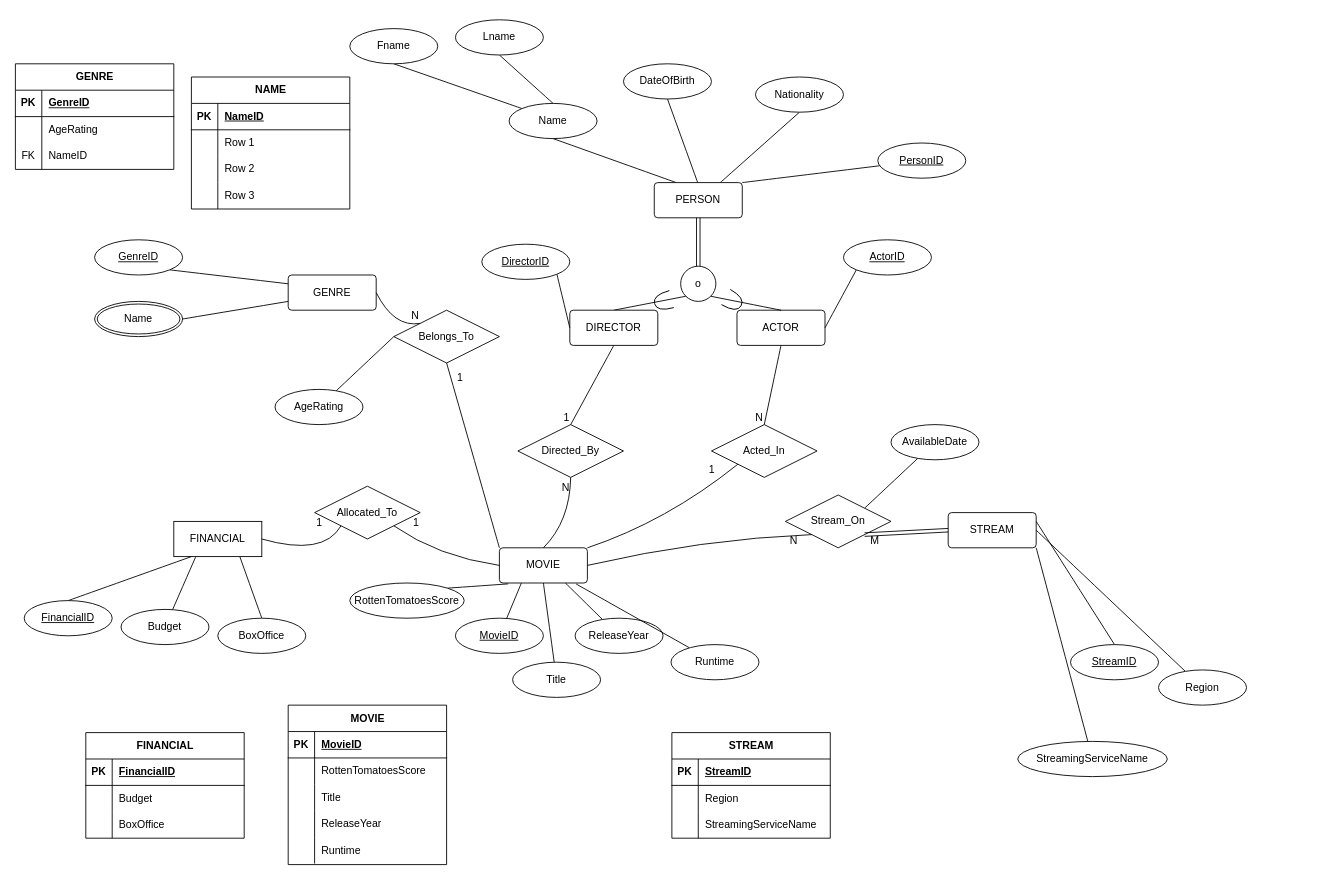
miguelTrC/MovieBaseDB keeps this draw.io diagram as MovieBaseEER.drawio. Above is the earlier version. Source tidied: cells renumbered, new cells numbered last; positions are measured from the earlier drawing's top-left corner, leaving out a move shared by most shapes. Both pictures are drawn from the tidied source at 88%, with x=0, y=0 at pixel (15, 19).
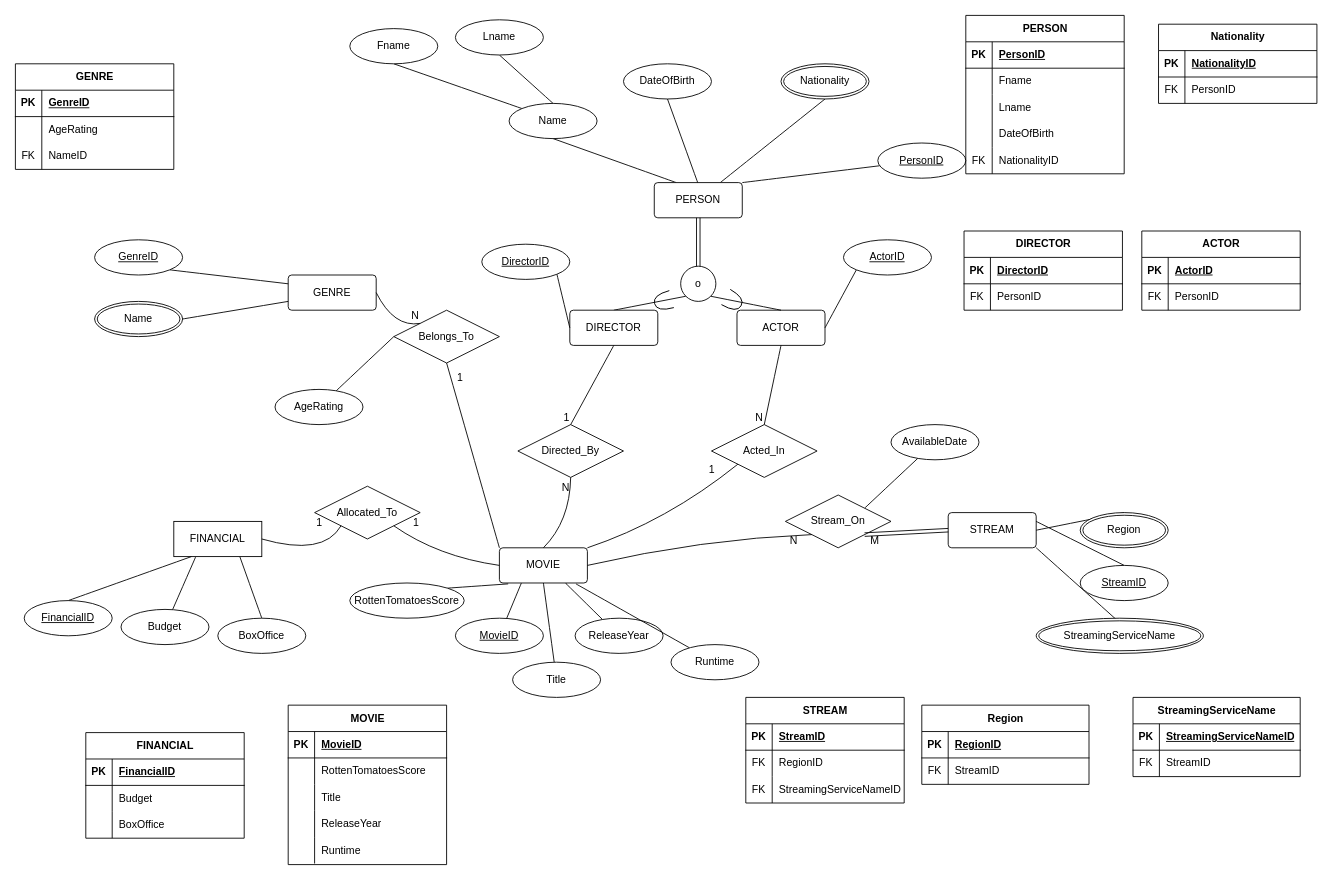
The same diagram, later.

Commit message:
All entities and multi-valued attributes have thier relations tables. Need to work on Relationships to relations table

Unchanged cells that the change refers to:
```xml
<mxCell id="10" value="PERSON" style="rounded=1;arcSize=10;whiteSpace=wrap;html=1;align=center;" parent="1" vertex="1">
  <mxGeometry x="726" y="185" width="100" height="40" as="geometry" />
</mxCell>
<mxCell id="13" value="&lt;div&gt;STREAM&lt;/div&gt;" style="rounded=1;arcSize=10;whiteSpace=wrap;html=1;align=center;" parent="1" vertex="1">
  <mxGeometry x="1060" y="560" width="100" height="40" as="geometry" />
</mxCell>
<mxCell id="106" style="shape=tableRow;horizontal=0;startSize=0;swimlaneHead=0;swimlaneBody=0;fillColor=none;top=0;left=0;right=0;bottom=0;" parent="102" vertex="1">
  <mxGeometry y="60" width="180" height="30" as="geometry" />
</mxCell>
<mxCell id="109" style="shape=tableRow;horizontal=0;startSize=0;swimlaneHead=0;swimlaneBody=0;fillColor=none;top=0;left=0;right=0;bottom=0;" parent="102" vertex="1">
  <mxGeometry y="90" width="180" height="30" as="geometry" />
</mxCell>
```

What changed in the source:
```diff
@@
-    <mxCell id="4" style="endArrow=none;html=1;rounded=0;fontSize=12;startSize=8;endSize=8;curved=1;exitX=0.75;exitY=0;exitDx=0;exitDy=0;entryX=0.5;entryY=1;entryDx=0;entryDy=0;" parent="1" edge="1" source="10" target="16">
+    <mxCell id="4" style="endArrow=none;html=1;rounded=0;fontSize=12;startSize=8;endSize=8;curved=1;exitX=0.75;exitY=0;exitDx=0;exitDy=0;entryX=0.5;entryY=1;entryDx=0;entryDy=0;" parent="1" edge="1" source="10" target="161">
       <mxGeometry relative="1" as="geometry" />
     </mxCell>
@@
-    <mxCell id="16" value="Nationality" style="ellipse;whiteSpace=wrap;html=1;align=center;" parent="1" vertex="1">
-      <mxGeometry x="841" y="65" width="100" height="40" as="geometry" />
-    </mxCell>
@@
-    <mxCell id="37" style="endArrow=none;html=1;rounded=0;fontSize=12;startSize=8;endSize=8;curved=1;exitX=1;exitY=1;exitDx=0;exitDy=0;" parent="1" edge="1" source="13" target="38">
+    <mxCell id="37" style="endArrow=none;html=1;rounded=0;fontSize=12;startSize=8;endSize=8;curved=1;exitX=1;exitY=1;exitDx=0;exitDy=0;entryX=0.511;entryY=0.175;entryDx=0;entryDy=0;entryPerimeter=0;" parent="1" edge="1" source="13" target="176">
       <mxGeometry relative="1" as="geometry" />
     </mxCell>
-    <mxCell id="38" value="StreamingServiceName" style="ellipse;whiteSpace=wrap;html=1;align=center;" parent="1" vertex="1">
-      <mxGeometry x="1139" y="820" width="170" height="40" as="geometry" />
-    </mxCell>
@@
-    <mxCell id="41" style="endArrow=none;html=1;rounded=0;fontSize=12;startSize=8;endSize=8;curved=1;exitX=1;exitY=0.5;exitDx=0;exitDy=0;" parent="1" edge="1" source="13" target="42">
+    <mxCell id="41" style="endArrow=none;html=1;rounded=0;fontSize=12;startSize=8;endSize=8;curved=1;exitX=1;exitY=0.5;exitDx=0;exitDy=0;entryX=0.5;entryY=0;entryDx=0;entryDy=0;" parent="1" edge="1" source="13" target="177">
       <mxGeometry relative="1" as="geometry" />
     </mxCell>
-    <mxCell id="42" value="Region" style="ellipse;whiteSpace=wrap;html=1;align=center;" parent="1" vertex="1">
-      <mxGeometry x="1299" y="738.8" width="100" height="40" as="geometry" />
-    </mxCell>
@@
     <mxCell id="46" value="StreamID" style="ellipse;whiteSpace=wrap;html=1;align=center;fontStyle=4;" parent="1" vertex="1">
-      <mxGeometry x="1199" y="710" width="100" height="40" as="geometry" />
+      <mxGeometry x="1210" y="620" width="100" height="40" as="geometry" />
     </mxCell>
@@
     <mxCell id="102" value="STREAM" style="shape=table;startSize=30;childLayout=tableLayout;rowLines=0;fontStyle=1;align=center;html=1;" parent="1" vertex="1">
-      <mxGeometry x="746" y="810" width="180" height="120" as="geometry" />
+      <mxGeometry x="830" y="770" width="180" height="120" as="geometry" />
     </mxCell>
@@
-    <mxCell id="107" style="shape=partialRectangle;fillColor=none;top=0;left=0;bottom=0;right=0;overflow=hidden;whiteSpace=wrap;html=1;" parent="106" vertex="1">
+    <mxCell id="107" value="FK" style="shape=partialRectangle;fillColor=none;top=0;left=0;bottom=0;right=0;overflow=hidden;whiteSpace=wrap;html=1;" parent="106" vertex="1">
       <mxGeometry width="30" height="30" as="geometry" />
     </mxCell>
-    <mxCell id="108" value="Region" style="shape=partialRectangle;fillColor=none;top=0;left=0;bottom=0;right=0;align=left;spacingLeft=6;overflow=hidden;whiteSpace=wrap;html=1;" parent="106" vertex="1">
+    <mxCell id="108" value="RegionID" style="shape=partialRectangle;fillColor=none;top=0;left=0;bottom=0;right=0;align=left;spacingLeft=6;overflow=hidden;whiteSpace=wrap;html=1;" parent="106" vertex="1">
       <mxGeometry x="30" width="150" height="30" as="geometry" />
     </mxCell>
@@
-    <mxCell id="110" style="shape=partialRectangle;fillColor=none;top=0;left=0;bottom=0;right=0;overflow=hidden;whiteSpace=wrap;html=1;" parent="109" vertex="1">
+    <mxCell id="110" value="FK" style="shape=partialRectangle;fillColor=none;top=0;left=0;bottom=0;right=0;overflow=hidden;whiteSpace=wrap;html=1;" parent="109" vertex="1">
       <mxGeometry width="30" height="30" as="geometry" />
     </mxCell>
-    <mxCell id="111" value="StreamingServiceName" style="shape=partialRectangle;fillColor=none;top=0;left=0;bottom=0;right=0;align=left;spacingLeft=6;overflow=hidden;whiteSpace=wrap;html=1;" parent="109" vertex="1">
+    <mxCell id="111" value="StreamingServiceNameID" style="shape=partialRectangle;fillColor=none;top=0;left=0;bottom=0;right=0;align=left;spacingLeft=6;overflow=hidden;whiteSpace=wrap;html=1;" parent="109" vertex="1">
       <mxGeometry x="30" width="150" height="30" as="geometry" />
     </mxCell>
@@
-    <mxCell id="132" value="NAME" style="shape=table;startSize=30;childLayout=tableLayout;rowLines=0;fontStyle=1;align=center;html=1;" parent="1" vertex="1">
-      <mxGeometry x="200" y="65" width="180" height="150" as="geometry" />
-    </mxCell>
-    <mxCell id="133" style="shape=tableRow;horizontal=0;startSize=0;swimlaneHead=0;swimlaneBody=0;fillColor=none;top=0;left=0;right=0;bottom=1;" parent="132" vertex="1">
-      <mxGeometry y="30" width="180" height="30" as="geometry" />
-    </mxCell>
-    <mxCell id="134" value="PK" style="shape=partialRectangle;fillColor=none;top=0;left=0;bottom=0;right=0;fontStyle=1;overflow=hidden;whiteSpace=wrap;html=1;" parent="133" vertex="1">
-      <mxGeometry width="30" height="30" as="geometry" />
-    </mxCell>
-    <mxCell id="135" value="NameID" style="shape=partialRectangle;fillColor=none;top=0;left=0;bottom=0;right=0;align=left;spacingLeft=6;fontStyle=5;overflow=hidden;whiteSpace=wrap;html=1;" parent="133" vertex="1">
-      <mxGeometry x="30" width="150" height="30" as="geometry" />
-    </mxCell>
-    <mxCell id="136" style="shape=tableRow;horizontal=0;startSize=0;swimlaneHead=0;swimlaneBody=0;fillColor=none;top=0;left=0;right=0;bottom=0;" parent="132" vertex="1">
-      <mxGeometry y="60" width="180" height="30" as="geometry" />
-    </mxCell>
-    <mxCell id="137" style="shape=partialRectangle;fillColor=none;top=0;left=0;bottom=0;right=0;overflow=hidden;whiteSpace=wrap;html=1;" parent="136" vertex="1">
-      <mxGeometry width="30" height="30" as="geometry" />
-    </mxCell>
-    <mxCell id="138" value="Row 1" style="shape=partialRectangle;fillColor=none;top=0;left=0;bottom=0;right=0;align=left;spacingLeft=6;overflow=hidden;whiteSpace=wrap;html=1;" parent="136" vertex="1">
-      <mxGeometry x="30" width="150" height="30" as="geometry" />
-    </mxCell>
-    <mxCell id="139" style="shape=tableRow;horizontal=0;startSize=0;swimlaneHead=0;swimlaneBody=0;fillColor=none;top=0;left=0;right=0;bottom=0;" parent="132" vertex="1">
-      <mxGeometry y="90" width="180" height="30" as="geometry" />
-    </mxCell>
-    <mxCell id="140" style="shape=partialRectangle;fillColor=none;top=0;left=0;bottom=0;right=0;overflow=hidden;whiteSpace=wrap;html=1;" parent="139" vertex="1">
-      <mxGeometry width="30" height="30" as="geometry" />
-    </mxCell>
-    <mxCell id="141" value="Row 2" style="shape=partialRectangle;fillColor=none;top=0;left=0;bottom=0;right=0;align=left;spacingLeft=6;overflow=hidden;whiteSpace=wrap;html=1;" parent="139" vertex="1">
-      <mxGeometry x="30" width="150" height="30" as="geometry" />
-    </mxCell>
-    <mxCell id="142" style="shape=tableRow;horizontal=0;startSize=0;swimlaneHead=0;swimlaneBody=0;fillColor=none;top=0;left=0;right=0;bottom=0;" parent="132" vertex="1">
-      <mxGeometry y="120" width="180" height="30" as="geometry" />
-    </mxCell>
-    <mxCell id="143" style="shape=partialRectangle;fillColor=none;top=0;left=0;bottom=0;right=0;overflow=hidden;whiteSpace=wrap;html=1;" parent="142" vertex="1">
-      <mxGeometry width="30" height="30" as="geometry" />
-    </mxCell>
-    <mxCell id="144" value="Row 3" style="shape=partialRectangle;fillColor=none;top=0;left=0;bottom=0;right=0;align=left;spacingLeft=6;overflow=hidden;whiteSpace=wrap;html=1;" parent="142" vertex="1">
-      <mxGeometry x="30" width="150" height="30" as="geometry" />
-    </mxCell>
@@
+    <mxCell id="147" value="PERSON" style="shape=table;startSize=30;childLayout=tableLayout;rowLines=0;fontStyle=1;align=center;html=1;" parent="1" vertex="1">
+      <mxGeometry x="1080" y="-5" width="180" height="180" as="geometry" />
+    </mxCell>
+    <mxCell id="148" style="shape=tableRow;horizontal=0;startSize=0;swimlaneHead=0;swimlaneBody=0;fillColor=none;top=0;left=0;right=0;bottom=1;" parent="147" vertex="1">
+      <mxGeometry y="30" width="180" height="30" as="geometry" />
+    </mxCell>
+    <mxCell id="149" value="PK" style="shape=partialRectangle;fillColor=none;top=0;left=0;bottom=0;right=0;fontStyle=1;overflow=hidden;whiteSpace=wrap;html=1;" parent="148" vertex="1">
+      <mxGeometry width="30" height="30" as="geometry" />
+    </mxCell>
+    <mxCell id="150" value="PersonID" style="shape=partialRectangle;fillColor=none;top=0;left=0;bottom=0;right=0;align=left;spacingLeft=6;fontStyle=5;overflow=hidden;whiteSpace=wrap;html=1;" parent="148" vertex="1">
+      <mxGeometry x="30" width="150" height="30" as="geometry" />
+    </mxCell>
+    <mxCell id="151" style="shape=tableRow;horizontal=0;startSize=0;swimlaneHead=0;swimlaneBody=0;fillColor=none;top=0;left=0;right=0;bottom=0;" parent="147" vertex="1">
+      <mxGeometry y="60" width="180" height="30" as="geometry" />
+    </mxCell>
+    <mxCell id="152" style="shape=partialRectangle;fillColor=none;top=0;left=0;bottom=0;right=0;overflow=hidden;whiteSpace=wrap;html=1;" parent="151" vertex="1">
+      <mxGeometry width="30" height="30" as="geometry" />
+    </mxCell>
+    <mxCell id="153" value="Fname" style="shape=partialRectangle;fillColor=none;top=0;left=0;bottom=0;right=0;align=left;spacingLeft=6;overflow=hidden;whiteSpace=wrap;html=1;" parent="151" vertex="1">
+      <mxGeometry x="30" width="150" height="30" as="geometry" />
+    </mxCell>
+    <mxCell id="139" style="shape=tableRow;horizontal=0;startSize=0;swimlaneHead=0;swimlaneBody=0;fillColor=none;top=0;left=0;right=0;bottom=0;" parent="147" vertex="1">
+      <mxGeometry y="90" width="180" height="30" as="geometry" />
+    </mxCell>
+    <mxCell id="154" style="shape=partialRectangle;fillColor=none;top=0;left=0;bottom=0;right=0;overflow=hidden;whiteSpace=wrap;html=1;" parent="139" vertex="1">
+      <mxGeometry width="30" height="30" as="geometry" />
+    </mxCell>
+    <mxCell id="155" value="Lname" style="shape=partialRectangle;fillColor=none;top=0;left=0;bottom=0;right=0;align=left;spacingLeft=6;overflow=hidden;whiteSpace=wrap;html=1;" parent="139" vertex="1">
+      <mxGeometry x="30" width="150" height="30" as="geometry" />
+    </mxCell>
+    <mxCell id="142" style="shape=tableRow;horizontal=0;startSize=0;swimlaneHead=0;swimlaneBody=0;fillColor=none;top=0;left=0;right=0;bottom=0;" parent="147" vertex="1">
+      <mxGeometry y="120" width="180" height="30" as="geometry" />
+    </mxCell>
+    <mxCell id="156" style="shape=partialRectangle;fillColor=none;top=0;left=0;bottom=0;right=0;overflow=hidden;whiteSpace=wrap;html=1;" parent="142" vertex="1">
+      <mxGeometry width="30" height="30" as="geometry" />
+    </mxCell>
+    <mxCell id="157" value="DateOfBirth" style="shape=partialRectangle;fillColor=none;top=0;left=0;bottom=0;right=0;align=left;spacingLeft=6;overflow=hidden;whiteSpace=wrap;html=1;" parent="142" vertex="1">
+      <mxGeometry x="30" width="150" height="30" as="geometry" />
+    </mxCell>
+    <mxCell id="158" style="shape=tableRow;horizontal=0;startSize=0;swimlaneHead=0;swimlaneBody=0;fillColor=none;top=0;left=0;right=0;bottom=0;" parent="147" vertex="1">
+      <mxGeometry y="150" width="180" height="30" as="geometry" />
+    </mxCell>
+    <mxCell id="159" value="FK" style="shape=partialRectangle;fillColor=none;top=0;left=0;bottom=0;right=0;overflow=hidden;whiteSpace=wrap;html=1;" parent="158" vertex="1">
+      <mxGeometry width="30" height="30" as="geometry" />
+    </mxCell>
+    <mxCell id="160" value="NationalityID" style="shape=partialRectangle;fillColor=none;top=0;left=0;bottom=0;right=0;align=left;spacingLeft=6;overflow=hidden;whiteSpace=wrap;html=1;" parent="158" vertex="1">
+      <mxGeometry x="30" width="150" height="30" as="geometry" />
+    </mxCell>
+    <mxCell id="161" value="Nationality" style="ellipse;shape=doubleEllipse;margin=3;whiteSpace=wrap;html=1;align=center;" parent="1" vertex="1">
+      <mxGeometry x="870" y="50" width="100" height="40" as="geometry" />
+    </mxCell>
+    <mxCell id="162" value="Nationality" style="shape=table;startSize=30;childLayout=tableLayout;rowLines=0;fontStyle=1;align=center;html=1;" parent="1" vertex="1">
+      <mxGeometry x="1299" y="5" width="180" height="90" as="geometry" />
+    </mxCell>
+    <mxCell id="163" style="shape=tableRow;horizontal=0;startSize=0;swimlaneHead=0;swimlaneBody=0;fillColor=none;top=0;left=0;right=0;bottom=1;" parent="162" vertex="1">
+      <mxGeometry y="30" width="180" height="30" as="geometry" />
+    </mxCell>
+    <mxCell id="164" value="PK" style="shape=partialRectangle;fillColor=none;top=0;left=0;bottom=0;right=0;fontStyle=1;overflow=hidden;whiteSpace=wrap;html=1;" parent="163" vertex="1">
+      <mxGeometry width="30" height="30" as="geometry" />
+    </mxCell>
+    <mxCell id="165" value="NationalityID" style="shape=partialRectangle;fillColor=none;top=0;left=0;bottom=0;right=0;align=left;spacingLeft=6;fontStyle=5;overflow=hidden;whiteSpace=wrap;html=1;" parent="163" vertex="1">
+      <mxGeometry x="30" width="150" height="30" as="geometry" />
+    </mxCell>
+    <mxCell id="166" style="shape=tableRow;horizontal=0;startSize=0;swimlaneHead=0;swimlaneBody=0;fillColor=none;top=0;left=0;right=0;bottom=0;" parent="162" vertex="1">
+      <mxGeometry y="60" width="180" height="30" as="geometry" />
+    </mxCell>
+    <mxCell id="167" value="FK" style="shape=partialRectangle;fillColor=none;top=0;left=0;bottom=0;right=0;overflow=hidden;whiteSpace=wrap;html=1;" parent="166" vertex="1">
+      <mxGeometry width="30" height="30" as="geometry" />
+    </mxCell>
+    <mxCell id="168" value="PersonID" style="shape=partialRectangle;fillColor=none;top=0;left=0;bottom=0;right=0;align=left;spacingLeft=6;overflow=hidden;whiteSpace=wrap;html=1;" parent="166" vertex="1">
+      <mxGeometry x="30" width="150" height="30" as="geometry" />
+    </mxCell>
+    <mxCell id="169" value="DIRECTOR" style="shape=table;startSize=30;childLayout=tableLayout;rowLines=0;fontStyle=1;align=center;html=1;" parent="1" vertex="1">
+      <mxGeometry x="1078" y="240" width="180" height="90" as="geometry" />
+    </mxCell>
+    <mxCell id="170" style="shape=tableRow;horizontal=0;startSize=0;swimlaneHead=0;swimlaneBody=0;fillColor=none;top=0;left=0;right=0;bottom=1;" parent="169" vertex="1">
+      <mxGeometry y="30" width="180" height="30" as="geometry" />
+    </mxCell>
+    <mxCell id="171" value="PK" style="shape=partialRectangle;fillColor=none;top=0;left=0;bottom=0;right=0;fontStyle=1;overflow=hidden;whiteSpace=wrap;html=1;" parent="170" vertex="1">
+      <mxGeometry width="30" height="30" as="geometry" />
+    </mxCell>
+    <mxCell id="172" value="DirectorID" style="shape=partialRectangle;fillColor=none;top=0;left=0;bottom=0;right=0;align=left;spacingLeft=6;fontStyle=5;overflow=hidden;whiteSpace=wrap;html=1;" parent="170" vertex="1">
+      <mxGeometry x="30" width="150" height="30" as="geometry" />
+    </mxCell>
+    <mxCell id="173" style="shape=tableRow;horizontal=0;startSize=0;swimlaneHead=0;swimlaneBody=0;fillColor=none;top=0;left=0;right=0;bottom=0;" parent="169" vertex="1">
+      <mxGeometry y="60" width="180" height="30" as="geometry" />
+    </mxCell>
+    <mxCell id="174" value="FK" style="shape=partialRectangle;fillColor=none;top=0;left=0;bottom=0;right=0;overflow=hidden;whiteSpace=wrap;html=1;" parent="173" vertex="1">
+      <mxGeometry width="30" height="30" as="geometry" />
+    </mxCell>
+    <mxCell id="175" value="PersonID" style="shape=partialRectangle;fillColor=none;top=0;left=0;bottom=0;right=0;align=left;spacingLeft=6;overflow=hidden;whiteSpace=wrap;html=1;" parent="173" vertex="1">
+      <mxGeometry x="30" width="150" height="30" as="geometry" />
+    </mxCell>
+    <mxCell id="176" value="StreamingServiceName" style="ellipse;shape=doubleEllipse;margin=3;whiteSpace=wrap;html=1;align=center;" parent="1" vertex="1">
+      <mxGeometry x="1160" y="680" width="190" height="40" as="geometry" />
+    </mxCell>
+    <mxCell id="177" value="Region" style="ellipse;shape=doubleEllipse;margin=3;whiteSpace=wrap;html=1;align=center;" parent="1" vertex="1">
+      <mxGeometry x="1210" y="560" width="100" height="40" as="geometry" />
+    </mxCell>
+    <mxCell id="178" value="ACTOR" style="shape=table;startSize=30;childLayout=tableLayout;rowLines=0;fontStyle=1;align=center;html=1;" parent="1" vertex="1">
+      <mxGeometry x="1280" y="240" width="180" height="90" as="geometry" />
+    </mxCell>
+    <mxCell id="179" style="shape=tableRow;horizontal=0;startSize=0;swimlaneHead=0;swimlaneBody=0;fillColor=none;top=0;left=0;right=0;bottom=1;" parent="178" vertex="1">
+      <mxGeometry y="30" width="180" height="30" as="geometry" />
+    </mxCell>
+    <mxCell id="180" value="PK" style="shape=partialRectangle;fillColor=none;top=0;left=0;bottom=0;right=0;fontStyle=1;overflow=hidden;whiteSpace=wrap;html=1;" parent="179" vertex="1">
+      <mxGeometry width="30" height="30" as="geometry" />
+    </mxCell>
+    <mxCell id="181" value="ActorID" style="shape=partialRectangle;fillColor=none;top=0;left=0;bottom=0;right=0;align=left;spacingLeft=6;fontStyle=5;overflow=hidden;whiteSpace=wrap;html=1;" parent="179" vertex="1">
+      <mxGeometry x="30" width="150" height="30" as="geometry" />
+    </mxCell>
+    <mxCell id="182" style="shape=tableRow;horizontal=0;startSize=0;swimlaneHead=0;swimlaneBody=0;fillColor=none;top=0;left=0;right=0;bottom=0;" parent="178" vertex="1">
+      <mxGeometry y="60" width="180" height="30" as="geometry" />
+    </mxCell>
+    <mxCell id="183" value="FK" style="shape=partialRectangle;fillColor=none;top=0;left=0;bottom=0;right=0;overflow=hidden;whiteSpace=wrap;html=1;" parent="182" vertex="1">
+      <mxGeometry width="30" height="30" as="geometry" />
+    </mxCell>
+    <mxCell id="184" value="PersonID" style="shape=partialRectangle;fillColor=none;top=0;left=0;bottom=0;right=0;align=left;spacingLeft=6;overflow=hidden;whiteSpace=wrap;html=1;" parent="182" vertex="1">
+      <mxGeometry x="30" width="150" height="30" as="geometry" />
+    </mxCell>
+    <mxCell id="185" value="StreamingServiceName" style="shape=table;startSize=30;childLayout=tableLayout;rowLines=0;fontStyle=1;align=center;html=1;" parent="1" vertex="1">
+      <mxGeometry x="1270" y="770" width="190" height="90" as="geometry" />
+    </mxCell>
+    <mxCell id="186" style="shape=tableRow;horizontal=0;startSize=0;swimlaneHead=0;swimlaneBody=0;fillColor=none;top=0;left=0;right=0;bottom=1;" parent="185" vertex="1">
+      <mxGeometry y="30" width="190" height="30" as="geometry" />
+    </mxCell>
+    <mxCell id="187" value="PK" style="shape=partialRectangle;fillColor=none;top=0;left=0;bottom=0;right=0;fontStyle=1;overflow=hidden;whiteSpace=wrap;html=1;" parent="186" vertex="1">
+      <mxGeometry width="30" height="30" as="geometry" />
+    </mxCell>
+    <mxCell id="188" value="StreamingServiceNameID" style="shape=partialRectangle;fillColor=none;top=0;left=0;bottom=0;right=0;align=left;spacingLeft=6;fontStyle=5;overflow=hidden;whiteSpace=wrap;html=1;" parent="186" vertex="1">
+      <mxGeometry x="30" width="160" height="30" as="geometry" />
+    </mxCell>
+    <mxCell id="189" style="shape=tableRow;horizontal=0;startSize=0;swimlaneHead=0;swimlaneBody=0;fillColor=none;top=0;left=0;right=0;bottom=0;" parent="185" vertex="1">
+      <mxGeometry y="60" width="190" height="30" as="geometry" />
+    </mxCell>
+    <mxCell id="190" value="FK" style="shape=partialRectangle;fillColor=none;top=0;left=0;bottom=0;right=0;overflow=hidden;whiteSpace=wrap;html=1;" parent="189" vertex="1">
+      <mxGeometry width="30" height="30" as="geometry" />
+    </mxCell>
+    <mxCell id="191" value="StreamID" style="shape=partialRectangle;fillColor=none;top=0;left=0;bottom=0;right=0;align=left;spacingLeft=6;overflow=hidden;whiteSpace=wrap;html=1;" parent="189" vertex="1">
+      <mxGeometry x="30" width="160" height="30" as="geometry" />
+    </mxCell>
+    <mxCell id="192" value="Region" style="shape=table;startSize=30;childLayout=tableLayout;rowLines=0;fontStyle=1;align=center;html=1;" parent="1" vertex="1">
+      <mxGeometry x="1030" y="778.8" width="190" height="90" as="geometry" />
+    </mxCell>
+    <mxCell id="193" style="shape=tableRow;horizontal=0;startSize=0;swimlaneHead=0;swimlaneBody=0;fillColor=none;top=0;left=0;right=0;bottom=1;" parent="192" vertex="1">
+      <mxGeometry y="30" width="190" height="30" as="geometry" />
+    </mxCell>
+    <mxCell id="194" value="PK" style="shape=partialRectangle;fillColor=none;top=0;left=0;bottom=0;right=0;fontStyle=1;overflow=hidden;whiteSpace=wrap;html=1;" parent="193" vertex="1">
+      <mxGeometry width="30" height="30" as="geometry" />
+    </mxCell>
+    <mxCell id="195" value="RegionID" style="shape=partialRectangle;fillColor=none;top=0;left=0;bottom=0;right=0;align=left;spacingLeft=6;fontStyle=5;overflow=hidden;whiteSpace=wrap;html=1;" parent="193" vertex="1">
+      <mxGeometry x="30" width="160" height="30" as="geometry" />
+    </mxCell>
+    <mxCell id="196" style="shape=tableRow;horizontal=0;startSize=0;swimlaneHead=0;swimlaneBody=0;fillColor=none;top=0;left=0;right=0;bottom=0;" parent="192" vertex="1">
+      <mxGeometry y="60" width="190" height="30" as="geometry" />
+    </mxCell>
+    <mxCell id="197" value="FK" style="shape=partialRectangle;fillColor=none;top=0;left=0;bottom=0;right=0;overflow=hidden;whiteSpace=wrap;html=1;" parent="196" vertex="1">
+      <mxGeometry width="30" height="30" as="geometry" />
+    </mxCell>
+    <mxCell id="198" value="StreamID" style="shape=partialRectangle;fillColor=none;top=0;left=0;bottom=0;right=0;align=left;spacingLeft=6;overflow=hidden;whiteSpace=wrap;html=1;" parent="196" vertex="1">
+      <mxGeometry x="30" width="160" height="30" as="geometry" />
+    </mxCell>
```
